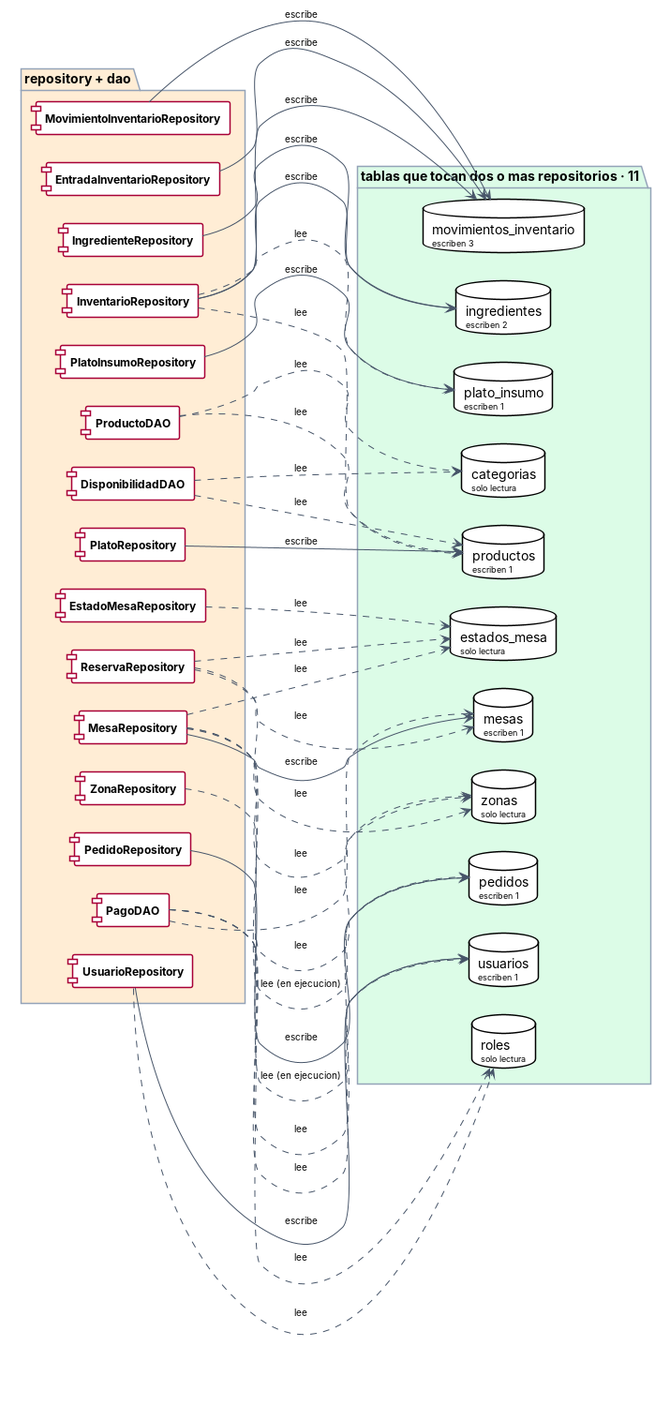
Earlier version of the PlantUML export docs/Imagenes/DiagramaComponentes_Datos_Compartidos.png (puj-course/FIS_2630_1204_G2). Its source is kept beside it as docs/diagramas-fuente/DiagramaComponentes_Datos_Compartidos.puml. Its diagram source:
```plantuml
@startuml
allowmixing
skinparam backgroundColor #FFFFFF
skinparam shadowing false
skinparam defaultFontName Helvetica
skinparam roundCorner 4
skinparam nodesep 30
skinparam ranksep 60
skinparam ArrowColor #475569
skinparam ArrowFontSize 10
skinparam PackageBorderColor #94A3B8
skinparam PackageFontStyle bold
skinparam ComponentBackgroundColor #FFFFFF
skinparam ComponentFontSize 12
skinparam InterfaceBackgroundColor #FFFFFF
skinparam InterfaceFontSize 11
skinparam ArtifactBackgroundColor #FFFFFF
skinparam ArtifactFontSize 11
skinparam DatabaseBackgroundColor #FFFFFF

left to right direction
package "repository + dao" #FFEDD5 {
  component "**DisponibilidadDAO**" as DisponibilidadDAO
  component "**EntradaInventarioRepository**" as EntradaInventarioRepository
  component "**EstadoMesaRepository**" as EstadoMesaRepository
  component "**IngredienteRepository**" as IngredienteRepository
  component "**InventarioRepository**" as InventarioRepository
  component "**MesaRepository**" as MesaRepository
  component "**MovimientoInventarioRepository**" as MovimientoInventarioRepository
  component "**PagoDAO**" as PagoDAO
  component "**PedidoRepository**" as PedidoRepository
  component "**PlatoInsumoRepository**" as PlatoInsumoRepository
  component "**PlatoRepository**" as PlatoRepository
  component "**ProductoDAO**" as ProductoDAO
  component "**ReservaRepository**" as ReservaRepository
  component "**UsuarioRepository**" as UsuarioRepository
  component "**ZonaRepository**" as ZonaRepository
}
package "tablas que tocan dos o mas repositorios · 11" #DCFCE7 {
  database "categorias\n<size:9>solo lectura</size>" as T_categorias #FFFFFF
  database "estados_mesa\n<size:9>solo lectura</size>" as T_estados_mesa #FFFFFF
  database "ingredientes\n<size:9>escriben 2</size>" as T_ingredientes #FFFFFF
  database "mesas\n<size:9>escriben 1</size>" as T_mesas #FFFFFF
  database "movimientos_inventario\n<size:9>escriben 3</size>" as T_movimientos_inventario #FFFFFF
  database "pedidos\n<size:9>escriben 1</size>" as T_pedidos #FFFFFF
  database "plato_insumo\n<size:9>escriben 1</size>" as T_plato_insumo #FFFFFF
  database "productos\n<size:9>escriben 1</size>" as T_productos #FFFFFF
  database "roles\n<size:9>solo lectura</size>" as T_roles #FFFFFF
  database "usuarios\n<size:9>escriben 1</size>" as T_usuarios #FFFFFF
  database "zonas\n<size:9>solo lectura</size>" as T_zonas #FFFFFF
}
DisponibilidadDAO ..> T_categorias : lee
ProductoDAO ..> T_categorias : lee
EstadoMesaRepository ..> T_estados_mesa : lee
MesaRepository ..> T_estados_mesa : lee
ReservaRepository ..> T_estados_mesa : lee
IngredienteRepository --> T_ingredientes : escribe
InventarioRepository --> T_ingredientes : escribe
PagoDAO ..> T_mesas : lee
MesaRepository --> T_mesas : escribe
ReservaRepository ..> T_mesas : lee
EntradaInventarioRepository --> T_movimientos_inventario : escribe
InventarioRepository --> T_movimientos_inventario : escribe
MovimientoInventarioRepository --> T_movimientos_inventario : escribe
PagoDAO ..> T_pedidos : lee
MesaRepository ..> T_pedidos : lee (en ejecucion)
PedidoRepository --> T_pedidos : escribe
InventarioRepository ..> T_plato_insumo : lee
PlatoInsumoRepository --> T_plato_insumo : escribe
DisponibilidadDAO ..> T_productos : lee
ProductoDAO ..> T_productos : lee
InventarioRepository ..> T_productos : lee
PlatoRepository --> T_productos : escribe
PagoDAO ..> T_roles : lee
UsuarioRepository ..> T_roles : lee
PagoDAO ..> T_usuarios : lee
MesaRepository ..> T_usuarios : lee (en ejecucion)
UsuarioRepository --> T_usuarios : escribe
MesaRepository ..> T_zonas : lee
ReservaRepository ..> T_zonas : lee
ZonaRepository ..> T_zonas : lee
@enduml
```
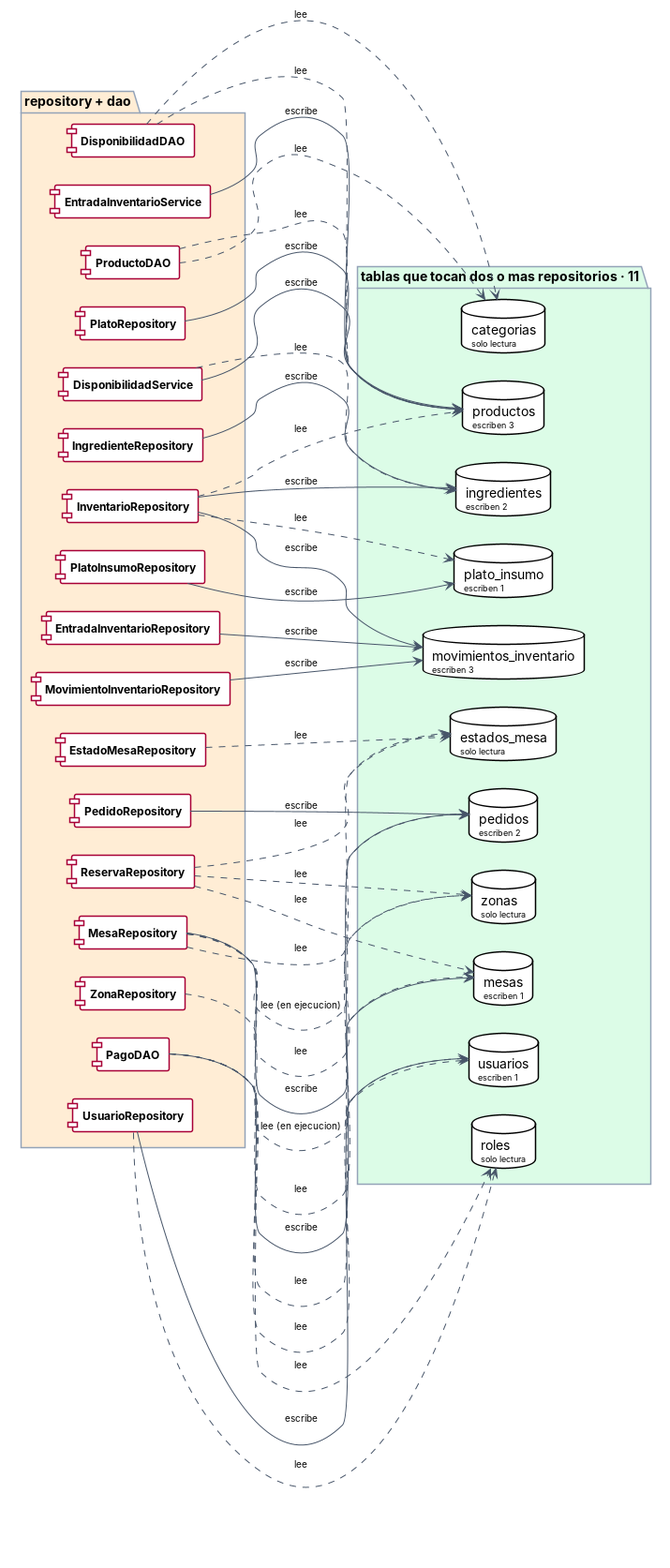
After the commit.

Change to the diagram source:
```diff
@@ -21,7 +21,9 @@
 left to right direction
 package "repository + dao" #FFEDD5 {
   component "**DisponibilidadDAO**" as DisponibilidadDAO
+  component "**DisponibilidadService**" as DisponibilidadService
   component "**EntradaInventarioRepository**" as EntradaInventarioRepository
+  component "**EntradaInventarioService**" as EntradaInventarioService
   component "**EstadoMesaRepository**" as EstadoMesaRepository
   component "**IngredienteRepository**" as IngredienteRepository
   component "**InventarioRepository**" as InventarioRepository
@@ -42,9 +44,9 @@
   database "ingredientes\n<size:9>escriben 2</size>" as T_ingredientes #FFFFFF
   database "mesas\n<size:9>escriben 1</size>" as T_mesas #FFFFFF
   database "movimientos_inventario\n<size:9>escriben 3</size>" as T_movimientos_inventario #FFFFFF
-  database "pedidos\n<size:9>escriben 1</size>" as T_pedidos #FFFFFF
+  database "pedidos\n<size:9>escriben 2</size>" as T_pedidos #FFFFFF
   database "plato_insumo\n<size:9>escriben 1</size>" as T_plato_insumo #FFFFFF
-  database "productos\n<size:9>escriben 1</size>" as T_productos #FFFFFF
+  database "productos\n<size:9>escriben 3</size>" as T_productos #FFFFFF
   database "roles\n<size:9>solo lectura</size>" as T_roles #FFFFFF
   database "usuarios\n<size:9>escriben 1</size>" as T_usuarios #FFFFFF
   database "zonas\n<size:9>solo lectura</size>" as T_zonas #FFFFFF
@@ -56,13 +58,14 @@
 ReservaRepository ..> T_estados_mesa : lee
 IngredienteRepository --> T_ingredientes : escribe
 InventarioRepository --> T_ingredientes : escribe
+DisponibilidadService ..> T_ingredientes : lee
 PagoDAO ..> T_mesas : lee
 MesaRepository --> T_mesas : escribe
 ReservaRepository ..> T_mesas : lee
 EntradaInventarioRepository --> T_movimientos_inventario : escribe
 InventarioRepository --> T_movimientos_inventario : escribe
 MovimientoInventarioRepository --> T_movimientos_inventario : escribe
-PagoDAO ..> T_pedidos : lee
+PagoDAO --> T_pedidos : escribe
 MesaRepository ..> T_pedidos : lee (en ejecucion)
 PedidoRepository --> T_pedidos : escribe
 InventarioRepository ..> T_plato_insumo : lee
@@ -71,6 +74,8 @@
 ProductoDAO ..> T_productos : lee
 InventarioRepository ..> T_productos : lee
 PlatoRepository --> T_productos : escribe
+DisponibilidadService --> T_productos : escribe
+EntradaInventarioService --> T_productos : escribe
 PagoDAO ..> T_roles : lee
 UsuarioRepository ..> T_roles : lee
 PagoDAO ..> T_usuarios : lee
```
